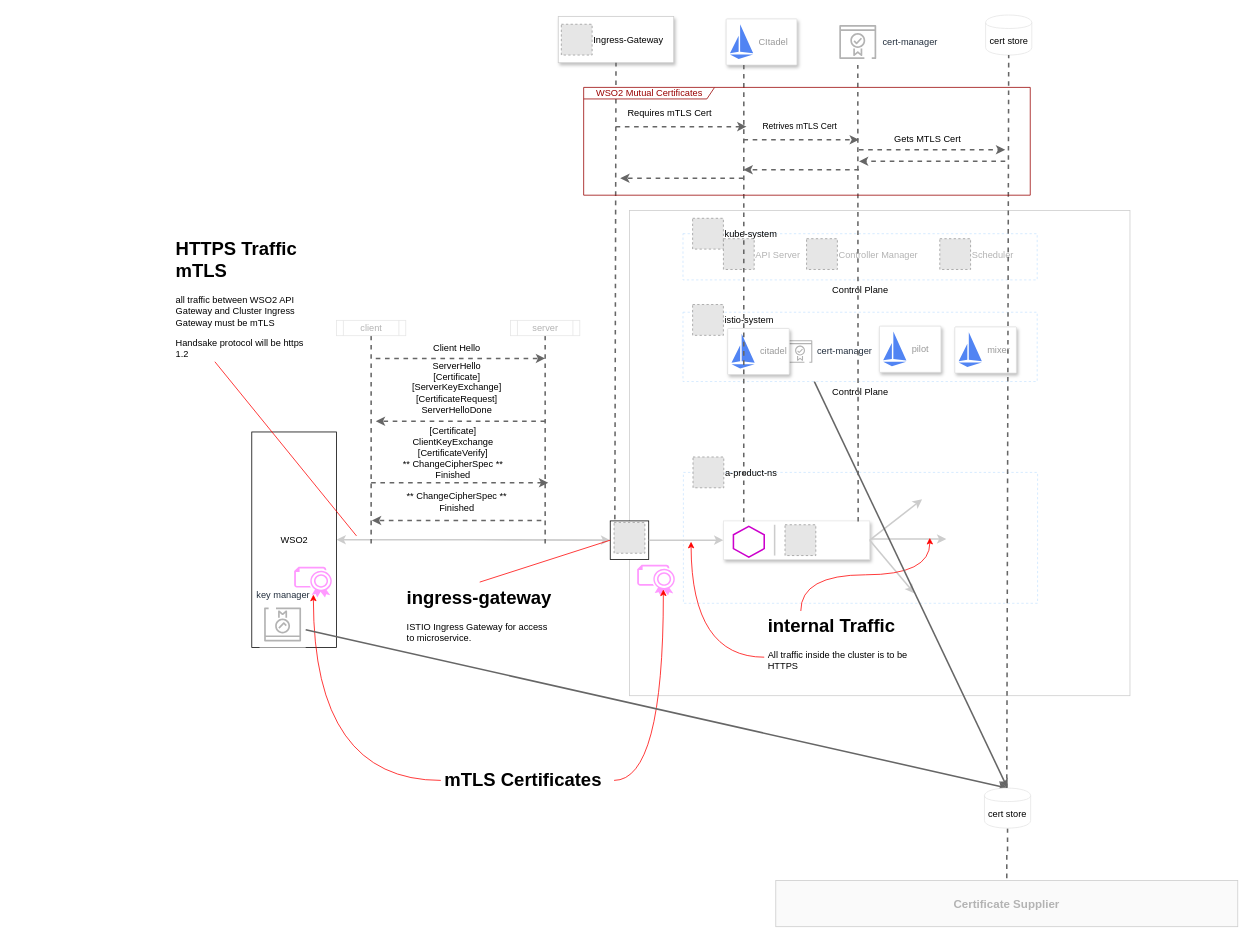
The draw.io diagram mtls-gatewaytocluster.drawio in ourjamie/diagraming, before the edit. Source tidied: cells renumbered, new cells numbered last; positions are measured from the earlier drawing's top-left corner, leaving out a move shared by most shapes. Both pictures are drawn from the tidied source at 77%, with x=0, y=0 at pixel (172, 15). Pictures stored in the file or linked from it are replaced by grey dashed boxes.
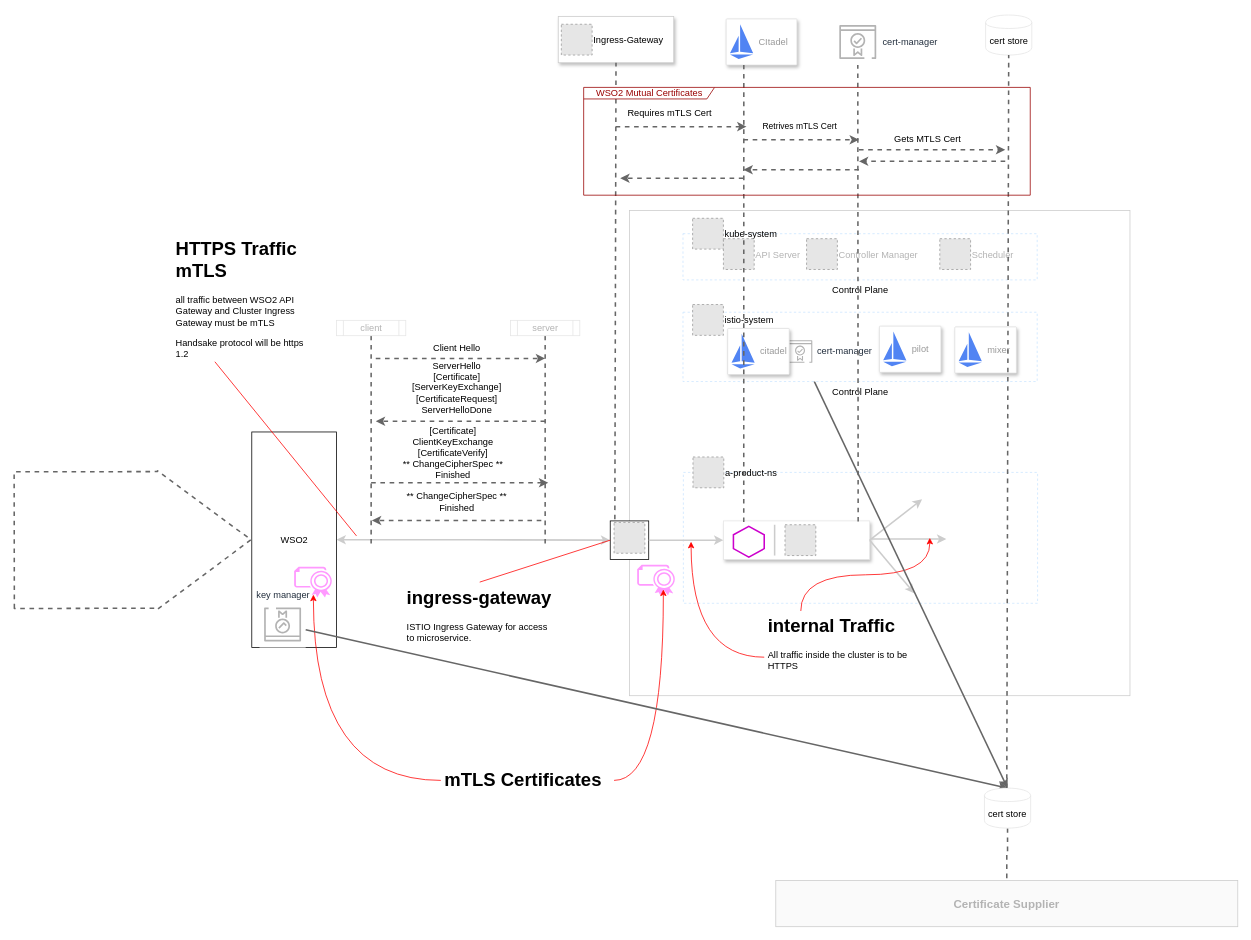
The same diagram, later.

Unchanged cells that the change refers to:
```xml
<mxCell id="3" value="WSO2" style="rounded=0;whiteSpace=wrap;html=1;" parent="1" vertex="1">
  <mxGeometry x="103.5" y="541.5" width="110" height="280" as="geometry" />
</mxCell>
```

Change to the diagram source:
```diff
@@
+    <mxCell id="85" style="shape=flexArrow;endArrow=classic;html=1;dashed=1;strokeColor=#666666;strokeWidth=2;fontColor=#B3B3B3;entryX=0;entryY=0.5;entryDx=0;entryDy=0;width=176.47058823529412;endSize=39.76470588235294;endWidth=0;" parent="1" edge="1" target="3">
+      <mxGeometry relative="1" as="geometry">
+        <mxPoint x="-206" y="682" as="sourcePoint" />
+      </mxGeometry>
+    </mxCell>
```
